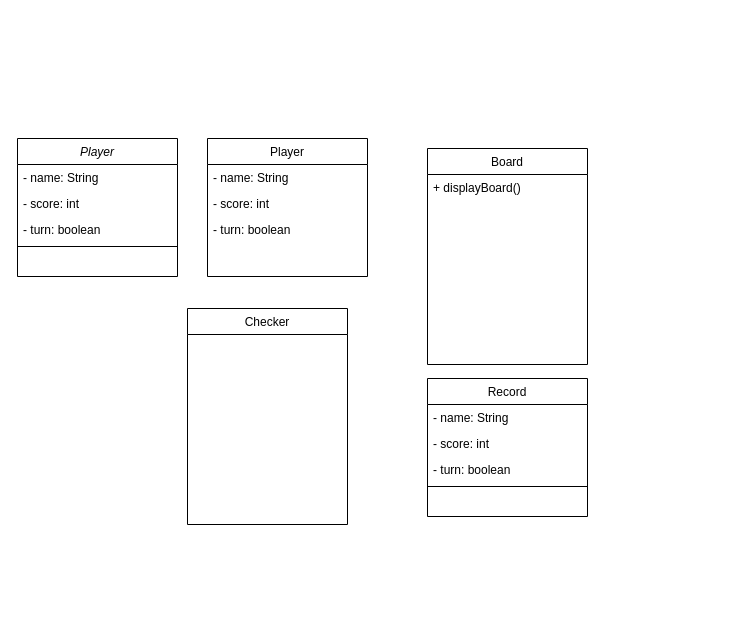
Before: prelim_project.drawio in aaron-kristopher/emman-ulgasan-java-prelim-project, a draw.io diagram. Source tidied: cells renumbered, new cells numbered last; positions are measured from the earlier drawing's top-left corner, leaving out a move shared by most shapes. Both pictures are drawn from the tidied source at 100%, with x=0, y=0 at pixel (17, 138).
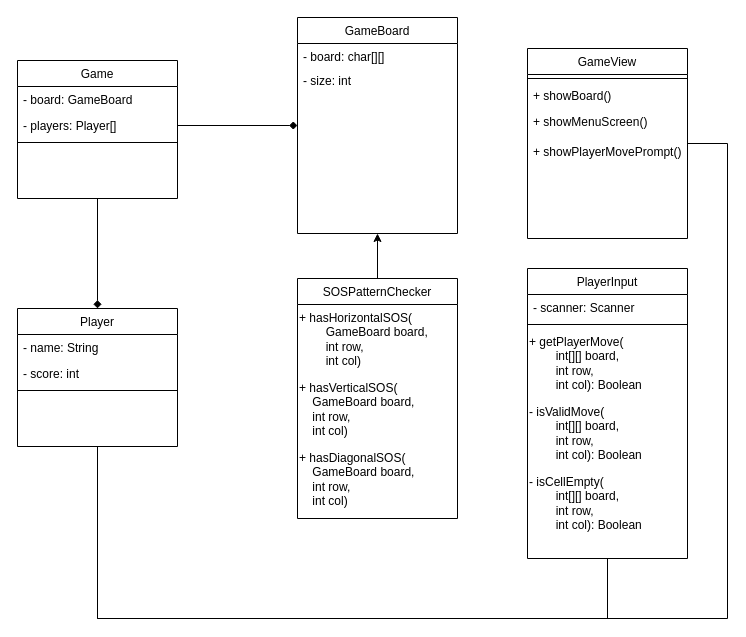
Above is the later version.

Change to the diagram source:
```diff
@@
-    <mxCell id="2" value="Player" style="swimlane;fontStyle=0;align=center;verticalAlign=top;horizontal=1;startSize=26;rounded=0;shadow=0;strokeWidth=1;" parent="1" vertex="1">
-      <mxGeometry x="190" width="160" height="138" as="geometry" />
-    </mxCell>
-    <mxCell id="3" value="- name: String" style="text;align=left;verticalAlign=top;spacingLeft=4;spacingRight=4;overflow=hidden;" parent="2" vertex="1">
-      <mxGeometry y="26" width="160" height="26" as="geometry" />
-    </mxCell>
-    <mxCell id="4" value="- score: int" style="text;align=left;verticalAlign=top;spacingLeft=4;spacingRight=4;overflow=hidden;rounded=0;shadow=0;html=0;" parent="2" vertex="1">
-      <mxGeometry y="52" width="160" height="26" as="geometry" />
-    </mxCell>
-    <mxCell id="5" value="- turn: boolean" style="text;align=left;verticalAlign=top;spacingLeft=4;spacingRight=4;overflow=hidden;rounded=0;shadow=0;html=0;" parent="2" vertex="1">
-      <mxGeometry y="78" width="160" height="26" as="geometry" />
-    </mxCell>
-    <mxCell id="6" value="Board" style="swimlane;fontStyle=0;align=center;verticalAlign=top;horizontal=1;startSize=26;rounded=0;shadow=0;strokeWidth=1;" parent="1" vertex="1">
-      <mxGeometry x="410" y="10" width="160" height="216" as="geometry" />
+    <mxCell id="6" value="GameBoard" style="swimlane;fontStyle=0;align=center;verticalAlign=top;horizontal=1;startSize=26;rounded=0;shadow=0;strokeWidth=1;" parent="1" vertex="1">
+      <mxGeometry x="280" y="-121" width="160" height="216" as="geometry" />
     </mxCell>
-    <mxCell id="7" value="+ displayBoard()" style="text;align=left;verticalAlign=top;spacingLeft=4;spacingRight=4;overflow=hidden;" parent="6" vertex="1">
-      <mxGeometry y="26" width="160" height="26" as="geometry" />
+    <mxCell id="7" value="- board: char[][]" style="text;align=left;verticalAlign=top;spacingLeft=4;spacingRight=4;overflow=hidden;" parent="6" vertex="1">
+      <mxGeometry y="26" width="160" height="24" as="geometry" />
     </mxCell>
+    <mxCell id="19" value="- size: int" style="text;align=left;verticalAlign=top;spacingLeft=4;spacingRight=4;overflow=hidden;" parent="6" vertex="1">
+      <mxGeometry y="50" width="160" height="44" as="geometry" />
+    </mxCell>
+    <mxCell id="20" style="edgeStyle=orthogonalEdgeStyle;rounded=0;jettySize=auto;html=1;exitX=0.5;exitY=1;exitDx=0;exitDy=0;entryX=0.5;entryY=1;entryDx=0;entryDy=0;endArrow=none;endFill=0;" parent="1" edge="1" source="8" target="33">
+      <mxGeometry relative="1" as="geometry">
+        <Array as="points">
+          <mxPoint x="80" y="480" />
+          <mxPoint x="590" y="480" />
+        </Array>
+      </mxGeometry>
+    </mxCell>
-    <mxCell id="8" value="Player" style="swimlane;fontStyle=2;align=center;verticalAlign=top;horizontal=1;startSize=26;rounded=0;shadow=0;strokeWidth=1;" parent="1" vertex="1">
-      <mxGeometry width="160" height="138" as="geometry" />
+    <mxCell id="8" value="Player" style="swimlane;fontStyle=0;align=center;verticalAlign=top;horizontal=1;startSize=26;rounded=0;shadow=0;strokeWidth=1;" parent="1" vertex="1">
+      <mxGeometry y="170" width="160" height="138" as="geometry" />
     </mxCell>
@@
-    <mxCell id="11" value="- turn: boolean" style="text;align=left;verticalAlign=top;spacingLeft=4;spacingRight=4;overflow=hidden;rounded=0;shadow=0;html=0;" parent="8" vertex="1">
-      <mxGeometry y="78" width="160" height="26" as="geometry" />
-    </mxCell>
     <mxCell id="12" style="line;html=1;strokeWidth=1;align=left;verticalAlign=middle;spacingTop=-1;spacingLeft=3;spacingRight=3;labelPosition=right;" parent="8" vertex="1">
-      <mxGeometry y="104" width="160" height="8" as="geometry" />
+      <mxGeometry y="78" width="160" height="8" as="geometry" />
     </mxCell>
+    <mxCell id="21" style="edgeStyle=orthogonalEdgeStyle;rounded=0;jettySize=auto;html=1;entryX=0.5;entryY=1;entryDx=0;entryDy=0;" parent="1" edge="1" source="13" target="6">
+      <mxGeometry relative="1" as="geometry" />
+    </mxCell>
-    <mxCell id="13" value="Checker" style="swimlane;fontStyle=0;align=center;verticalAlign=top;horizontal=1;startSize=26;rounded=0;shadow=0;strokeWidth=1;" parent="1" vertex="1">
-      <mxGeometry x="170" y="170" width="160" height="216" as="geometry" />
+    <mxCell id="13" value="SOSPatternChecker" style="swimlane;fontStyle=0;align=center;verticalAlign=top;horizontal=1;startSize=26;rounded=0;shadow=0;strokeWidth=1;" parent="1" vertex="1">
+      <mxGeometry x="280" y="140" width="160" height="240" as="geometry" />
     </mxCell>
+    <mxCell id="22" value="+ hasHorizontalSOS(&lt;br&gt;&lt;span style=&quot;white-space: pre;&quot;&gt;&#9;&lt;/span&gt;GameBoard board,&lt;br&gt;&lt;span style=&quot;white-space: pre;&quot;&gt;&#9;&lt;/span&gt;int row,&lt;br&gt;&lt;span style=&quot;white-space: pre;&quot;&gt;&#9;&lt;/span&gt;int col)" style="text;html=1;align=left;verticalAlign=middle;strokeColor=none;fillColor=none;" parent="13" vertex="1">
+      <mxGeometry y="26" width="160" height="70" as="geometry" />
+    </mxCell>
+    <mxCell id="23" value="+ hasVerticalSOS(&lt;br&gt;&lt;span style=&quot;&quot;&gt;&lt;span style=&quot;white-space: pre;&quot;&gt;&amp;nbsp;&amp;nbsp;&amp;nbsp;&amp;nbsp;&lt;/span&gt;&lt;/span&gt;GameBoard board,&lt;br&gt;&lt;span style=&quot;&quot;&gt;&lt;span style=&quot;white-space: pre;&quot;&gt;&amp;nbsp;&amp;nbsp;&amp;nbsp;&amp;nbsp;&lt;/span&gt;&lt;/span&gt;int row,&lt;br&gt;&lt;span style=&quot;&quot;&gt;&lt;span style=&quot;white-space: pre;&quot;&gt;&amp;nbsp;&amp;nbsp;&amp;nbsp;&amp;nbsp;&lt;/span&gt;&lt;/span&gt;int col)" style="text;html=1;align=left;verticalAlign=middle;strokeColor=none;fillColor=none;" parent="13" vertex="1">
+      <mxGeometry y="96" width="160" height="70" as="geometry" />
+    </mxCell>
+    <mxCell id="24" value="+ hasDiagonalSOS(&lt;br&gt;&lt;span style=&quot;&quot;&gt;&lt;span style=&quot;white-space: pre;&quot;&gt;&amp;nbsp;&amp;nbsp;&amp;nbsp;&amp;nbsp;&lt;/span&gt;&lt;/span&gt;GameBoard board,&lt;br&gt;&lt;span style=&quot;&quot;&gt;&lt;span style=&quot;white-space: pre;&quot;&gt;&amp;nbsp;&amp;nbsp;&amp;nbsp;&amp;nbsp;&lt;/span&gt;&lt;/span&gt;int row,&lt;br&gt;&lt;span style=&quot;&quot;&gt;&lt;span style=&quot;white-space: pre;&quot;&gt;&amp;nbsp;&amp;nbsp;&amp;nbsp;&amp;nbsp;&lt;/span&gt;&lt;/span&gt;int col)" style="text;html=1;align=left;verticalAlign=middle;strokeColor=none;fillColor=none;" parent="13" vertex="1">
+      <mxGeometry y="166" width="160" height="70" as="geometry" />
+    </mxCell>
+    <mxCell id="25" style="edgeStyle=orthogonalEdgeStyle;rounded=0;jettySize=auto;html=1;endArrow=diamond;endFill=1;entryX=0.5;entryY=0;entryDx=0;entryDy=0;" parent="1" edge="1" source="14" target="8">
+      <mxGeometry relative="1" as="geometry" />
+    </mxCell>
-    <mxCell id="14" value="Record" style="swimlane;fontStyle=0;align=center;verticalAlign=top;horizontal=1;startSize=26;rounded=0;shadow=0;strokeWidth=1;" parent="1" vertex="1">
-      <mxGeometry x="410" y="240" width="160" height="138" as="geometry" />
+    <mxCell id="14" value="Game" style="swimlane;fontStyle=0;align=center;verticalAlign=top;horizontal=1;startSize=26;rounded=0;shadow=0;strokeWidth=1;" parent="1" vertex="1">
+      <mxGeometry y="-78" width="160" height="138" as="geometry" />
     </mxCell>
-    <mxCell id="15" value="- name: String" style="text;align=left;verticalAlign=top;spacingLeft=4;spacingRight=4;overflow=hidden;" parent="14" vertex="1">
+    <mxCell id="15" value="- board: GameBoard" style="text;align=left;verticalAlign=top;spacingLeft=4;spacingRight=4;overflow=hidden;" parent="14" vertex="1">
       <mxGeometry y="26" width="160" height="26" as="geometry" />
     </mxCell>
-    <mxCell id="16" value="- score: int" style="text;align=left;verticalAlign=top;spacingLeft=4;spacingRight=4;overflow=hidden;points=[[0,0.5],[1,0.5]];portConstraint=eastwest;rounded=0;shadow=0;html=0;" parent="14" vertex="1">
+    <mxCell id="16" value="- players: Player[]" style="text;align=left;verticalAlign=top;spacingLeft=4;spacingRight=4;overflow=hidden;points=[[0,0.5],[1,0.5]];portConstraint=eastwest;rounded=0;shadow=0;html=0;" parent="14" vertex="1">
       <mxGeometry y="52" width="160" height="26" as="geometry" />
     </mxCell>
-    <mxCell id="17" value="- turn: boolean" style="text;align=left;verticalAlign=top;spacingLeft=4;spacingRight=4;overflow=hidden;rounded=0;shadow=0;html=0;" parent="14" vertex="1">
-      <mxGeometry y="78" width="160" height="26" as="geometry" />
-    </mxCell>
     <mxCell id="18" style="line;html=1;strokeWidth=1;align=left;verticalAlign=middle;spacingTop=-1;spacingLeft=3;spacingRight=3;labelPosition=right;" parent="14" vertex="1">
-      <mxGeometry y="104" width="160" height="8" as="geometry" />
+      <mxGeometry y="78" width="160" height="8" as="geometry" />
     </mxCell>
+    <mxCell id="26" style="edgeStyle=orthogonalEdgeStyle;rounded=0;jettySize=auto;html=1;entryX=0.5;entryY=1;entryDx=0;entryDy=0;endArrow=none;endFill=0;" parent="1" edge="1" source="27" target="8">
+      <mxGeometry relative="1" as="geometry">
+        <Array as="points">
+          <mxPoint x="710" y="5" />
+          <mxPoint x="710" y="480" />
+          <mxPoint x="80" y="480" />
+        </Array>
+      </mxGeometry>
+    </mxCell>
+    <mxCell id="27" value="GameView" style="swimlane;fontStyle=0;align=center;verticalAlign=top;horizontal=1;startSize=26;rounded=0;shadow=0;strokeWidth=1;" parent="1" vertex="1">
+      <mxGeometry x="510" y="-90" width="160" height="190" as="geometry" />
+    </mxCell>
+    <mxCell id="28" style="line;html=1;strokeWidth=1;align=left;verticalAlign=middle;spacingTop=-1;spacingLeft=3;spacingRight=3;labelPosition=right;" parent="27" vertex="1">
+      <mxGeometry y="26" width="160" height="8" as="geometry" />
+    </mxCell>
+    <mxCell id="29" value="+ showBoard()" style="text;align=left;verticalAlign=top;spacingLeft=4;spacingRight=4;overflow=hidden;" parent="27" vertex="1">
+      <mxGeometry y="34" width="160" height="26" as="geometry" />
+    </mxCell>
+    <mxCell id="30" value="+ showMenuScreen()" style="text;align=left;verticalAlign=top;spacingLeft=4;spacingRight=4;overflow=hidden;" parent="27" vertex="1">
+      <mxGeometry y="60" width="160" height="30" as="geometry" />
+    </mxCell>
+    <mxCell id="31" value="+ showPlayerMovePrompt()" style="text;align=left;verticalAlign=top;spacingLeft=4;spacingRight=4;overflow=hidden;" parent="27" vertex="1">
+      <mxGeometry y="90" width="160" height="44" as="geometry" />
+    </mxCell>
+    <mxCell id="32" style="edgeStyle=orthogonalEdgeStyle;rounded=0;jettySize=auto;html=1;entryX=0;entryY=0.5;entryDx=0;entryDy=0;endArrow=diamond;endFill=1;" parent="1" edge="1" source="16" target="6">
+      <mxGeometry relative="1" as="geometry" />
+    </mxCell>
+    <mxCell id="33" value="PlayerInput" style="swimlane;fontStyle=0;align=center;verticalAlign=top;horizontal=1;startSize=26;rounded=0;shadow=0;strokeWidth=1;" parent="1" vertex="1">
+      <mxGeometry x="510" y="130" width="160" height="290" as="geometry" />
+    </mxCell>
+    <mxCell id="34" value="- scanner: Scanner" style="text;align=left;verticalAlign=top;spacingLeft=4;spacingRight=4;overflow=hidden;" parent="33" vertex="1">
+      <mxGeometry y="26" width="160" height="26" as="geometry" />
+    </mxCell>
+    <mxCell id="35" style="line;html=1;strokeWidth=1;align=left;verticalAlign=middle;spacingTop=-1;spacingLeft=3;spacingRight=3;labelPosition=right;" parent="33" vertex="1">
+      <mxGeometry y="52" width="160" height="8" as="geometry" />
+    </mxCell>
+    <mxCell id="36" value="+ getPlayerMove(&lt;br&gt;&lt;span style=&quot;white-space: pre;&quot;&gt;&#9;&lt;/span&gt;int[][] board, &lt;br&gt;&lt;span style=&quot;white-space: pre;&quot;&gt;&#9;&lt;/span&gt;int row, &lt;br&gt;&lt;span style=&quot;white-space: pre;&quot;&gt;&#9;&lt;/span&gt;int col): Boolean" style="text;html=1;align=left;verticalAlign=middle;strokeColor=none;fillColor=none;" parent="33" vertex="1">
+      <mxGeometry y="60" width="160" height="70" as="geometry" />
+    </mxCell>
+    <mxCell id="37" value="- isValidMove(&lt;br&gt;&lt;span style=&quot;white-space: pre;&quot;&gt;&#9;&lt;/span&gt;int[][] board, &lt;br&gt;&lt;span style=&quot;white-space: pre;&quot;&gt;&#9;&lt;/span&gt;int row, &lt;br&gt;&lt;span style=&quot;white-space: pre;&quot;&gt;&#9;&lt;/span&gt;int col): Boolean" style="text;html=1;align=left;verticalAlign=middle;strokeColor=none;fillColor=none;" parent="33" vertex="1">
+      <mxGeometry y="130" width="160" height="70" as="geometry" />
+    </mxCell>
+    <mxCell id="38" value="- isCellEmpty(&lt;br&gt;&lt;span style=&quot;white-space: pre;&quot;&gt;&#9;&lt;/span&gt;int[][] board, &lt;br&gt;&lt;span style=&quot;white-space: pre;&quot;&gt;&#9;&lt;/span&gt;int row, &lt;br&gt;&lt;span style=&quot;white-space: pre;&quot;&gt;&#9;&lt;/span&gt;int col): Boolean" style="text;html=1;align=left;verticalAlign=middle;strokeColor=none;fillColor=none;" parent="33" vertex="1">
+      <mxGeometry y="200" width="160" height="70" as="geometry" />
+    </mxCell>
```
